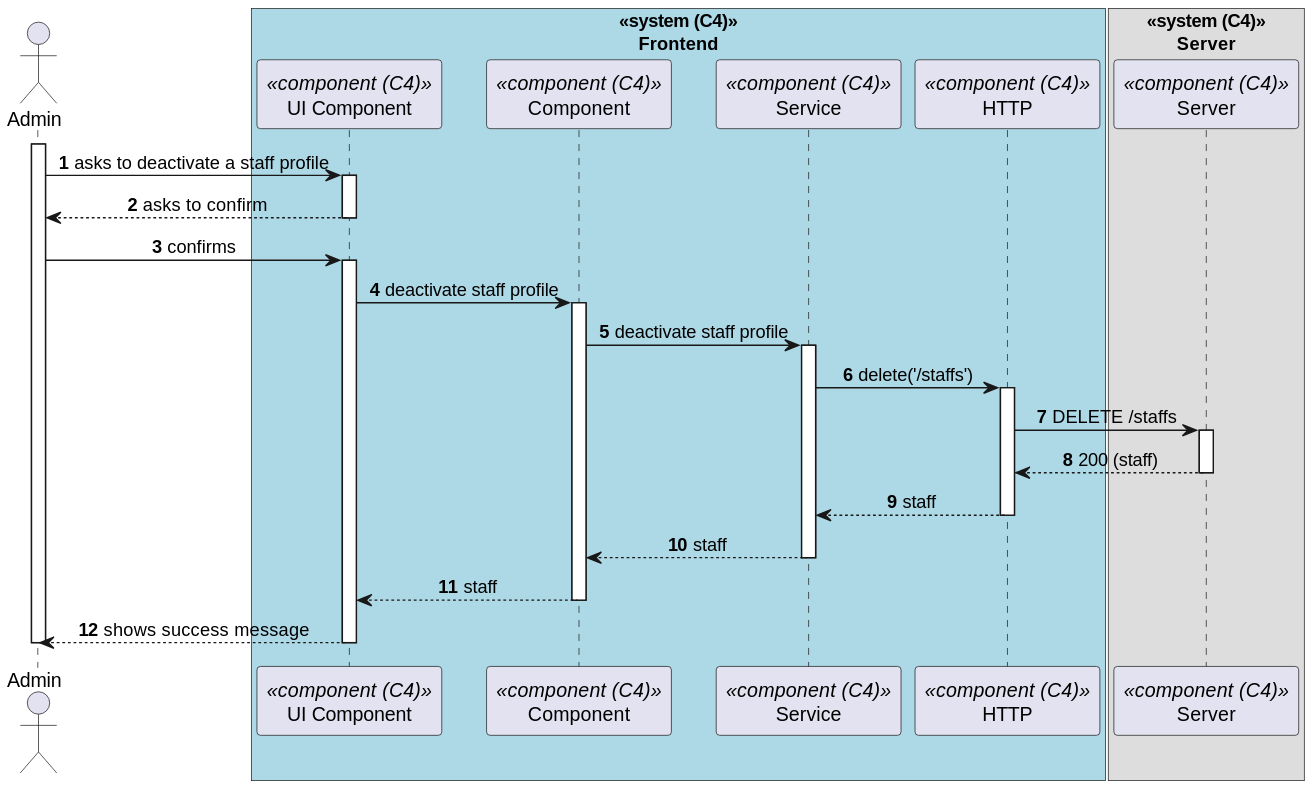
This is docs/sprint-b/us-6.2.12/views/level3/process-view.svg from 1220846/sem5pi-24-25-3ddg20, a PlantUML export, as it was before one commit.
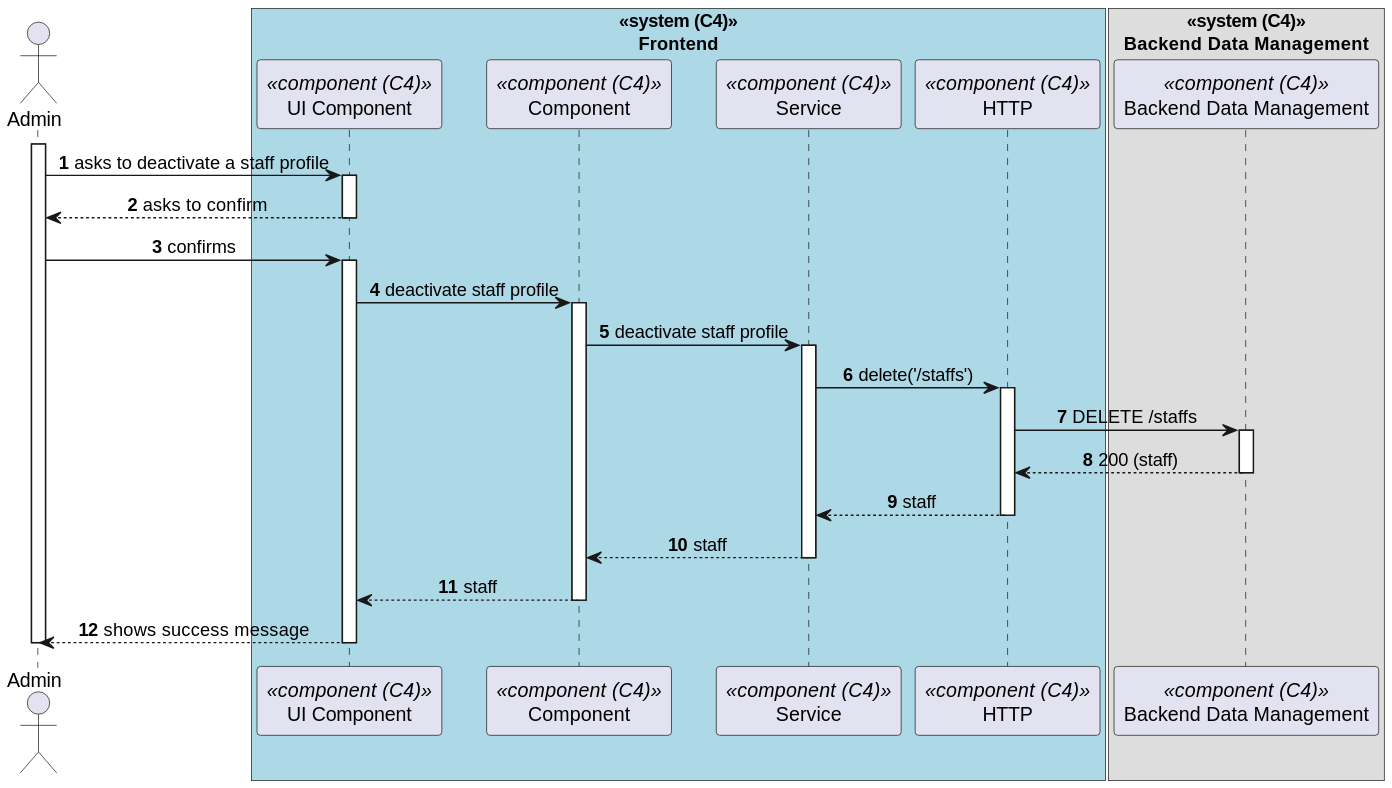
The same file after the commit.

What changed in the source:
```diff
@@ -9,8 +9,8 @@
     participant HTTP as "HTTP" <<component (C4)>>
 end box
 
-box "<<system (C4)>>\nServer"
-  participant Server as "Server" <<component (C4)>>
+box "<<system (C4)>>\nBackend Data Management"
+  participant BackendDataManagement as "Backend Data Management" <<component (C4)>>
 end box
 
 activate Admin
@@ -26,10 +26,10 @@
             activate SRV
                 SRV -> HTTP : delete('/staffs')
                 activate HTTP
-                    HTTP -> Server : DELETE /staffs
-                    activate Server
-                        Server --> HTTP : 200 (staff)
-                    deactivate Server
+                    HTTP -> BackendDataManagement : DELETE /staffs
+                    activate BackendDataManagement
+                        BackendDataManagement --> HTTP : 200 (staff)
+                    deactivate BackendDataManagement
                     HTTP --> SRV : staff
                 deactivate HTTP
                 SRV --> Component : staff
```
